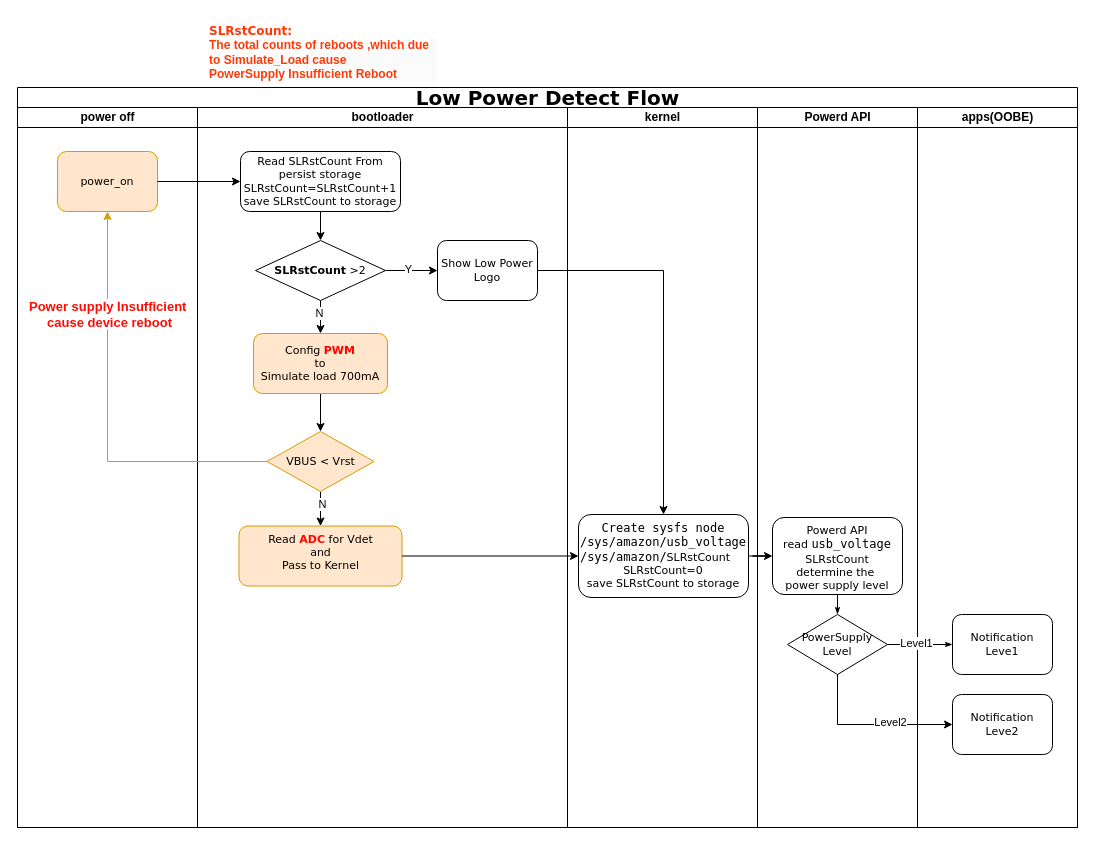
This is low_power_detect.drawio from skyliangbogit/test, a draw.io file, before an edit. Source tidied: cells renumbered, new cells numbered last; positions are measured from the earlier drawing's top-left corner, leaving out a move shared by most shapes. Both pictures are drawn from the tidied source at 100%, with x=0, y=0 at pixel (17, 17).
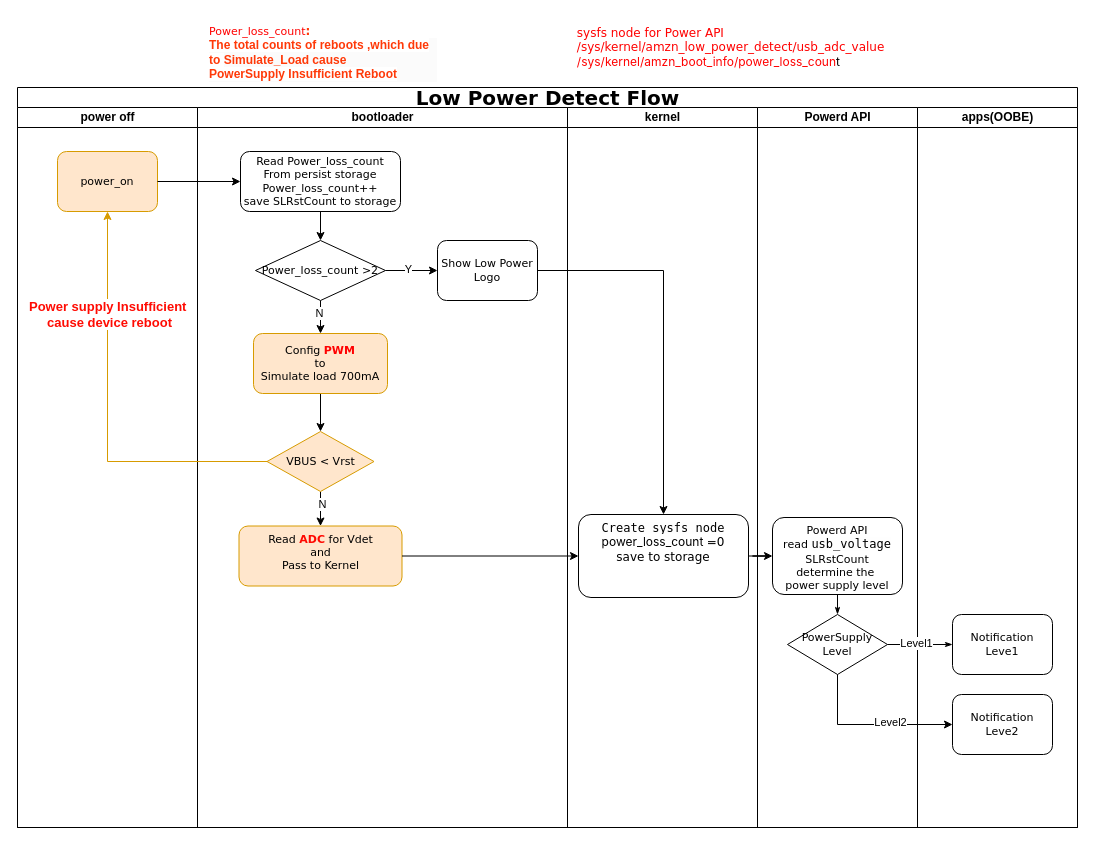
The same page after the edit.

The change refers to these unchanged cells:
```xml
<mxCell id="5" value="bootloader" style="swimlane;html=1;startSize=20;swimlaneFillColor=none;" parent="2" vertex="1">
  <mxGeometry x="180" y="20" width="370" height="720" as="geometry" />
</mxCell>
<mxCell id="20" value="kernel" style="swimlane;html=1;startSize=20;fillColor=#FFFFFF;strokeColor=#000000;swimlaneFillColor=none;" parent="2" vertex="1">
  <mxGeometry x="550" y="20" width="190" height="720" as="geometry" />
</mxCell>
```

Change to the diagram source:
```diff
@@
-    <mxCell id="13" value="Read SLRstCount From&lt;div&gt;persist storage&lt;/div&gt;&lt;div&gt;SLRstCount=&lt;span style=&quot;background-color: initial;&quot;&gt;SLRstCount+1&lt;/span&gt;&lt;/div&gt;&lt;div&gt;save&amp;nbsp;&lt;span style=&quot;background-color: initial;&quot;&gt;SLRstCount to storage&lt;/span&gt;&lt;/div&gt;" style="rounded=1;whiteSpace=wrap;html=1;shadow=0;labelBackgroundColor=none;strokeWidth=1;fontFamily=Verdana;fontSize=11;align=center;" parent="5" vertex="1">
+    <mxCell id="13" value="Read Power_loss_count From&amp;nbsp;&lt;span style=&quot;background-color: transparent; color: light-dark(rgb(0, 0, 0), rgb(255, 255, 255));&quot;&gt;persist storage&lt;/span&gt;&lt;div&gt;Power_loss_count++&lt;/div&gt;&lt;div&gt;save&amp;nbsp;&lt;span style=&quot;background-color: initial;&quot;&gt;SLRstCount to storage&lt;/span&gt;&lt;/div&gt;" style="rounded=1;whiteSpace=wrap;html=1;shadow=0;labelBackgroundColor=none;strokeWidth=1;fontFamily=Verdana;fontSize=11;align=center;" parent="5" vertex="1">
       <mxGeometry x="43" y="44" width="160" height="60" as="geometry" />
     </mxCell>
@@
-    <mxCell id="16" value="&lt;b style=&quot;font-size: 11px;&quot;&gt;SLRstCount&lt;/b&gt;&lt;span style=&quot;font-size: 11px;&quot;&gt;&amp;nbsp;&amp;gt;2&lt;/span&gt;" style="rhombus;whiteSpace=wrap;html=1;rounded=0;shadow=0;labelBackgroundColor=none;strokeWidth=1;fontFamily=Verdana;fontSize=8;align=center;" parent="5" vertex="1">
+    <mxCell id="16" value="&lt;span style=&quot;font-size: 11px;&quot;&gt;Power_loss_count&lt;/span&gt;&lt;span style=&quot;font-size: 11px;&quot;&gt;&amp;nbsp;&amp;gt;2&lt;/span&gt;" style="rhombus;whiteSpace=wrap;html=1;rounded=0;shadow=0;labelBackgroundColor=none;strokeWidth=1;fontFamily=Verdana;fontSize=8;align=center;" parent="5" vertex="1">
       <mxGeometry x="58" y="133" width="130" height="60" as="geometry" />
     </mxCell>
@@
-    <mxCell id="21" value="&lt;span style=&quot;font-family: Monaco, Menlo, Consolas, &amp;quot;Courier New&amp;quot;, monospace; font-size: 12px; font-variant-ligatures: none; text-align: left; white-space-collapse: preserve; background-color: rgba(232, 232, 232, 0.04);&quot;&gt;Create sysfs node&lt;br&gt;/sys/amazon/usb_voltage&lt;/span&gt;&lt;div&gt;&lt;div style=&quot;text-align: left;&quot;&gt;&lt;span style=&quot;font-family: Monaco, Menlo, Consolas, &amp;quot;Courier New&amp;quot;, monospace; font-size: 12px; font-variant-ligatures: none; white-space-collapse: preserve; background-color: rgba(232, 232, 232, 0.04);&quot;&gt;/sys/amazon/&lt;/span&gt;&lt;span style=&quot;background-color: initial; text-align: center;&quot;&gt;&lt;font&gt;SLRstCount&lt;/font&gt;&lt;/span&gt;&lt;/div&gt;&lt;div&gt;SLRstCount=0&lt;/div&gt;&lt;div&gt;save&amp;nbsp;&lt;span style=&quot;background-color: initial;&quot;&gt;SLRstCount to storage&lt;/span&gt;&lt;/div&gt;&lt;/div&gt;" style="rounded=1;whiteSpace=wrap;html=1;shadow=0;labelBackgroundColor=none;strokeWidth=1;fontFamily=Verdana;fontSize=11;align=center;verticalAlign=top;fontColor=default;" parent="20" vertex="1">
+    <mxCell id="21" value="&lt;span style=&quot;font-family: Monaco, Menlo, Consolas, &amp;quot;Courier New&amp;quot;, monospace; font-variant-ligatures: none; text-align: left; white-space-collapse: preserve; background-color: rgba(232, 232, 232, 0.04);&quot;&gt;&lt;font style=&quot;font-size: 12px; color: rgb(0, 0, 0);&quot;&gt;Create sysfs node&lt;/font&gt;&lt;/span&gt;&lt;div&gt;&lt;div&gt;&lt;div&gt;&lt;font style=&quot;font-size: 12px; color: rgb(0, 0, 0);&quot;&gt;&lt;span style=&quot;font-family: -apple-system, &amp;quot;system-ui&amp;quot;, &amp;quot;Segoe UI&amp;quot;, Roboto, Oxygen, Ubuntu, &amp;quot;Fira Sans&amp;quot;, &amp;quot;Droid Sans&amp;quot;, &amp;quot;Helvetica Neue&amp;quot;, sans-serif; text-align: left; background-color: rgb(255, 255, 255);&quot;&gt;power_loss_count&amp;nbsp;&lt;/span&gt;&lt;span style=&quot;background-color: transparent;&quot;&gt;=0&lt;/span&gt;&lt;/font&gt;&lt;/div&gt;&lt;/div&gt;&lt;div&gt;&lt;font style=&quot;font-size: 12px; color: rgb(0, 0, 0);&quot;&gt;save&lt;span style=&quot;background-color: initial;&quot;&gt;&amp;nbsp;to storage&lt;/span&gt;&lt;/font&gt;&lt;/div&gt;&lt;/div&gt;" style="rounded=1;whiteSpace=wrap;html=1;shadow=0;labelBackgroundColor=none;strokeWidth=1;fontFamily=Verdana;fontSize=11;align=center;verticalAlign=top;fontColor=default;" parent="20" vertex="1">
       <mxGeometry x="11" y="407" width="170" height="83" as="geometry" />
     </mxCell>
@@
-    <mxCell id="39" value="&lt;b&gt;&lt;font color=&quot;#ff3908&quot;&gt;&lt;span style=&quot;font-family: Verdana;&quot;&gt;SLRstCount:&lt;/span&gt;&lt;br style=&quot;forced-color-adjust: none; font-family: Verdana; font-style: normal; font-variant-ligatures: normal; font-variant-caps: normal; letter-spacing: normal; orphans: 2; text-indent: 0px; text-transform: none; widows: 2; word-spacing: 0px; -webkit-text-stroke-width: 0px; white-space: normal; background-color: rgb(251, 251, 251); text-decoration-thickness: initial; text-decoration-style: initial; text-decoration-color: initial;&quot;&gt;&lt;/font&gt;&lt;/b&gt;&lt;div style=&quot;forced-color-adjust: none; font-family: Verdana; font-style: normal; font-variant-ligatures: normal; font-variant-caps: normal; letter-spacing: normal; orphans: 2; text-indent: 0px; text-transform: none; widows: 2; word-spacing: 0px; -webkit-text-stroke-width: 0px; white-space: normal; background-color: rgb(251, 251, 251); text-decoration-thickness: initial; text-decoration-style: initial; text-decoration-color: initial;&quot;&gt;&lt;span style=&quot;font-family: &amp;quot;Amazon Ember&amp;quot;, &amp;quot;Amazon Ember Arabic&amp;quot;, Arial, sans-serif; background-color: rgb(255, 255, 255);&quot;&gt;&lt;b style=&quot;&quot;&gt;&lt;font color=&quot;#ff3908&quot;&gt;The total counts of reboots ,which due to&amp;nbsp;&lt;/font&gt;&lt;/b&gt;&lt;/span&gt;&lt;b style=&quot;font-family: &amp;quot;Amazon Ember&amp;quot;, &amp;quot;Amazon Ember Arabic&amp;quot;, Arial, sans-serif;&quot;&gt;&lt;font color=&quot;#ff3908&quot;&gt;Simulate_Load cause&amp;nbsp;&lt;/font&gt;&lt;/b&gt;&lt;/div&gt;&lt;div style=&quot;forced-color-adjust: none; font-family: Verdana; font-style: normal; font-variant-ligatures: normal; font-variant-caps: normal; letter-spacing: normal; orphans: 2; text-indent: 0px; text-transform: none; widows: 2; word-spacing: 0px; -webkit-text-stroke-width: 0px; white-space: normal; background-color: rgb(251, 251, 251); text-decoration-thickness: initial; text-decoration-style: initial; text-decoration-color: initial;&quot;&gt;&lt;span style=&quot;font-family: &amp;quot;Amazon Ember&amp;quot;, &amp;quot;Amazon Ember Arabic&amp;quot;, Arial, sans-serif; background-color: rgb(255, 255, 255);&quot;&gt;&lt;b style=&quot;&quot;&gt;&lt;font color=&quot;#ff3908&quot;&gt;PowerSupply Insufficient Reboot&lt;br&gt;&lt;/font&gt;&lt;/b&gt;&lt;/span&gt;&lt;/div&gt;" style="text;whiteSpace=wrap;html=1;align=left;" parent="1" vertex="1">
+    <mxCell id="39" value="&lt;span style=&quot;font-family: Verdana; font-size: 11px; text-align: center;&quot;&gt;&lt;font style=&quot;color: rgb(255, 0, 0);&quot;&gt;Power_loss_count&lt;/font&gt;&lt;/span&gt;&lt;b&gt;&lt;font color=&quot;#ff3908&quot;&gt;&lt;span style=&quot;font-family: Verdana;&quot;&gt;:&lt;/span&gt;&lt;br style=&quot;forced-color-adjust: none; font-family: Verdana; font-style: normal; font-variant-ligatures: normal; font-variant-caps: normal; letter-spacing: normal; orphans: 2; text-indent: 0px; text-transform: none; widows: 2; word-spacing: 0px; -webkit-text-stroke-width: 0px; white-space: normal; background-color: rgb(251, 251, 251); text-decoration-thickness: initial; text-decoration-style: initial; text-decoration-color: initial;&quot;&gt;&lt;/font&gt;&lt;/b&gt;&lt;div style=&quot;forced-color-adjust: none; font-family: Verdana; font-style: normal; font-variant-ligatures: normal; font-variant-caps: normal; letter-spacing: normal; orphans: 2; text-indent: 0px; text-transform: none; widows: 2; word-spacing: 0px; -webkit-text-stroke-width: 0px; white-space: normal; background-color: rgb(251, 251, 251); text-decoration-thickness: initial; text-decoration-style: initial; text-decoration-color: initial;&quot;&gt;&lt;span style=&quot;font-family: &amp;quot;Amazon Ember&amp;quot;, &amp;quot;Amazon Ember Arabic&amp;quot;, Arial, sans-serif; background-color: rgb(255, 255, 255);&quot;&gt;&lt;b style=&quot;&quot;&gt;&lt;font color=&quot;#ff3908&quot;&gt;The total counts of reboots ,which due to&amp;nbsp;&lt;/font&gt;&lt;/b&gt;&lt;/span&gt;&lt;b style=&quot;font-family: &amp;quot;Amazon Ember&amp;quot;, &amp;quot;Amazon Ember Arabic&amp;quot;, Arial, sans-serif;&quot;&gt;&lt;font color=&quot;#ff3908&quot;&gt;Simulate_Load cause&amp;nbsp;&lt;/font&gt;&lt;/b&gt;&lt;/div&gt;&lt;div style=&quot;forced-color-adjust: none; font-family: Verdana; font-style: normal; font-variant-ligatures: normal; font-variant-caps: normal; letter-spacing: normal; orphans: 2; text-indent: 0px; text-transform: none; widows: 2; word-spacing: 0px; -webkit-text-stroke-width: 0px; white-space: normal; background-color: rgb(251, 251, 251); text-decoration-thickness: initial; text-decoration-style: initial; text-decoration-color: initial;&quot;&gt;&lt;span style=&quot;font-family: &amp;quot;Amazon Ember&amp;quot;, &amp;quot;Amazon Ember Arabic&amp;quot;, Arial, sans-serif; background-color: rgb(255, 255, 255);&quot;&gt;&lt;b style=&quot;&quot;&gt;&lt;font color=&quot;#ff3908&quot;&gt;PowerSupply Insufficient Reboot&lt;br&gt;&lt;/font&gt;&lt;/b&gt;&lt;/span&gt;&lt;/div&gt;" style="text;whiteSpace=wrap;html=1;align=left;" parent="1" vertex="1">
       <mxGeometry x="190" width="230" height="60" as="geometry" />
     </mxCell>
+    <mxCell id="40" value="&lt;div style=&quot;font-family: Verdana; text-wrap-mode: wrap; text-align: left;&quot;&gt;&lt;font style=&quot;color: rgb(255, 0, 0);&quot;&gt;sysfs node for Power API&lt;/font&gt;&lt;/div&gt;&lt;div style=&quot;font-family: Verdana; font-size: 11px; text-wrap-mode: wrap; text-align: left;&quot;&gt;&lt;font style=&quot;font-size: 12px; color: rgb(255, 0, 0);&quot;&gt;/sys/kernel/amzn_low_power_detect/usb_adc_value&amp;nbsp;&lt;/font&gt;&lt;/div&gt;&lt;div style=&quot;font-family: Verdana; font-size: 11px; text-wrap-mode: wrap; text-align: left;&quot;&gt;&lt;span style=&quot;font-family: -apple-system, &amp;quot;system-ui&amp;quot;, &amp;quot;Segoe UI&amp;quot;, Roboto, Oxygen, Ubuntu, &amp;quot;Fira Sans&amp;quot;, &amp;quot;Droid Sans&amp;quot;, &amp;quot;Helvetica Neue&amp;quot;, sans-serif; background-color: rgb(255, 255, 255);&quot;&gt;&lt;font style=&quot;font-size: 12px; color: rgb(255, 0, 0);&quot;&gt;/sys/kernel/amzn_boot_info/power_loss_coun&lt;/font&gt;&lt;font style=&quot;font-size: 12px; color: rgb(0, 0, 0);&quot;&gt;t&amp;nbsp;&lt;/font&gt;&lt;/span&gt;&lt;/div&gt;" style="text;html=1;align=center;verticalAlign=middle;strokeColor=none;fillColor=none;" parent="1" vertex="1">
+      <mxGeometry x="540" width="350" height="60" as="geometry" />
+    </mxCell>
```
